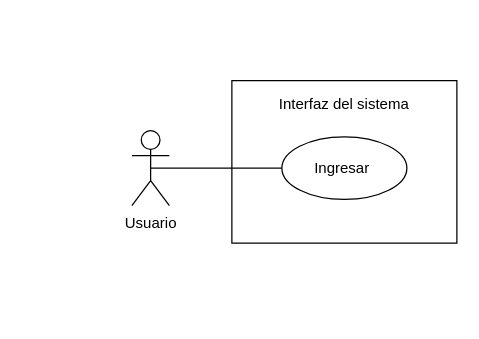
Before: Interfaz principal.drawio in Ovills/analisis, a draw.io diagram. Source tidied: cells renumbered, new cells numbered last; positions are measured from the earlier drawing's top-left corner, leaving out a move shared by most shapes. Both pictures are drawn from the tidied source at 125%, with x=0, y=0 at pixel (131, 80).
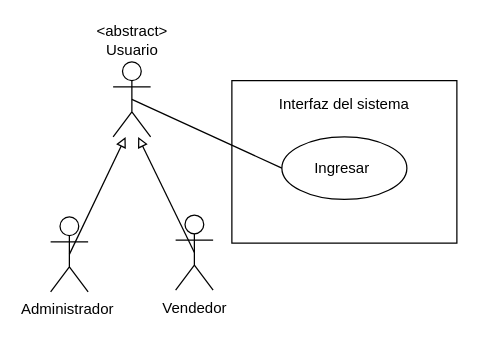
The same page after the edit.

Diff of the diagram source:
```diff
@@
 <mxGraphModel>
   <root>
     <mxCell id="0" />
     <mxCell id="1" parent="0" />
-    <mxCell id="2" value="Usuario" style="shape=umlActor;verticalLabelPosition=bottom;verticalAlign=top;html=1;outlineConnect=0;fillColor=none;" parent="1" vertex="1">
-      <mxGeometry y="40" width="30" height="60" as="geometry" />
+    <mxCell id="2" value="&amp;lt;abstract&amp;gt;&lt;br&gt;Usuario" style="shape=umlActor;verticalLabelPosition=top;verticalAlign=bottom;html=1;outlineConnect=0;fillColor=none;labelPosition=center;align=center;" parent="1" vertex="1">
+      <mxGeometry x="-15" y="-15" width="30" height="60" as="geometry" />
     </mxCell>
     <mxCell id="3" value="&lt;p style=&quot;line-height: 1%;&quot;&gt;Interfaz del sistema&lt;/p&gt;" style="rounded=0;whiteSpace=wrap;html=1;fillColor=none;align=center;horizontal=1;verticalAlign=top;" parent="1" vertex="1">
       <mxGeometry x="80" width="180" height="130" as="geometry" />
     </mxCell>
     <mxCell id="4" value="Ingresar&amp;nbsp;" style="ellipse;whiteSpace=wrap;html=1;fillColor=none;" parent="1" vertex="1">
       <mxGeometry x="120" y="45" width="100" height="50" as="geometry" />
     </mxCell>
-    <mxCell id="5" style="endArrow=none;html=1;rounded=0;exitX=0.5;exitY=0.5;exitDx=0;exitDy=0;exitPerimeter=0;entryX=0;entryY=0.5;entryDx=0;entryDy=0;" parent="1" edge="1" source="2" target="4">
+    <mxCell id="5" style="endArrow=none;html=1;rounded=0;entryX=0;entryY=0.5;entryDx=0;entryDy=0;exitX=0.5;exitY=0.5;exitDx=0;exitDy=0;exitPerimeter=0;" parent="1" edge="1" source="2" target="4">
       <mxGeometry relative="1" as="geometry" />
     </mxCell>
+    <mxCell id="6" value="Administrador&amp;nbsp;" style="shape=umlActor;verticalLabelPosition=bottom;verticalAlign=top;html=1;outlineConnect=0;fillColor=none;" parent="1" vertex="1">
+      <mxGeometry x="-65" y="109" width="30" height="60" as="geometry" />
+    </mxCell>
+    <mxCell id="7" value="Vendedor" style="shape=umlActor;verticalLabelPosition=bottom;verticalAlign=top;html=1;outlineConnect=0;fillColor=none;" parent="1" vertex="1">
+      <mxGeometry x="35" y="107.5" width="30" height="60" as="geometry" />
+    </mxCell>
+    <mxCell id="8" style="endArrow=block;html=1;rounded=0;exitX=0.5;exitY=0.5;exitDx=0;exitDy=0;exitPerimeter=0;endFill=0;" parent="1" edge="1" source="6">
+      <mxGeometry relative="1" as="geometry">
+        <mxPoint x="-5" y="45" as="targetPoint" />
+      </mxGeometry>
+    </mxCell>
+    <mxCell id="9" style="endArrow=block;html=1;rounded=0;exitX=0.5;exitY=0.5;exitDx=0;exitDy=0;exitPerimeter=0;endFill=0;" parent="1" edge="1" source="7">
+      <mxGeometry relative="1" as="geometry">
+        <mxPoint x="5" y="45" as="targetPoint" />
+      </mxGeometry>
+    </mxCell>
   </root>
 </mxGraphModel>
```
